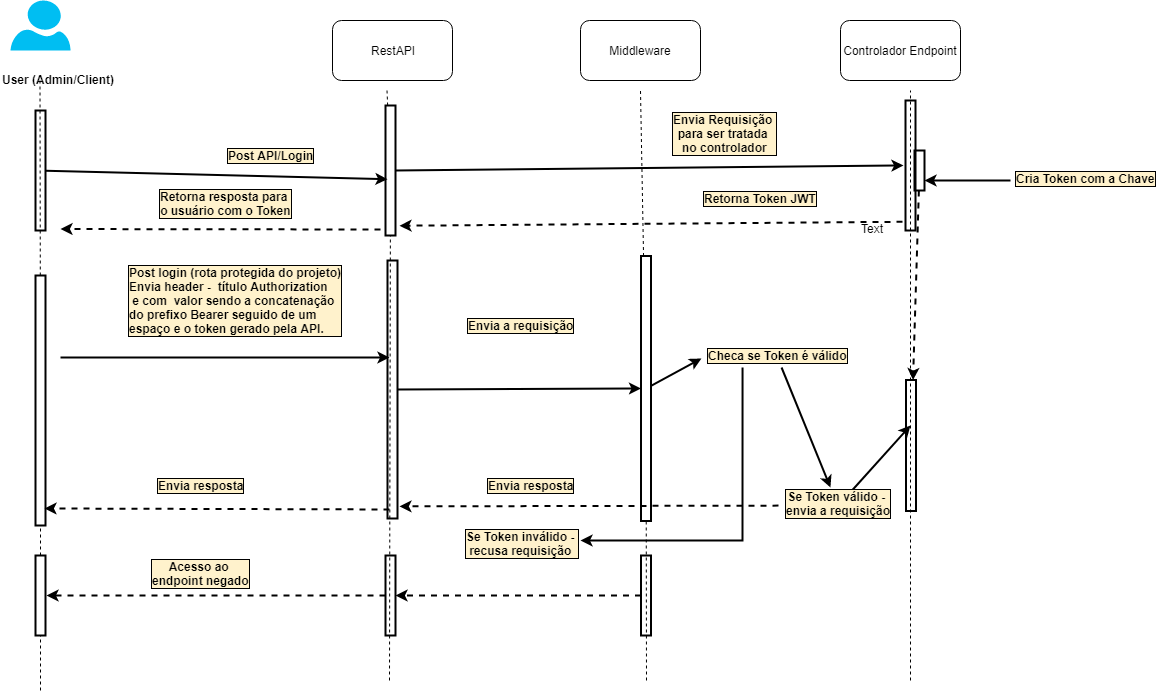
The draw.io diagram img/auth_diagram.png in tainahemmanuele/gatinhamisterio, before a commit. Source tidied: cells renumbered, new cells last; positions are measured from the earlier drawing's top-left corner, leaving out a move shared by most shapes.
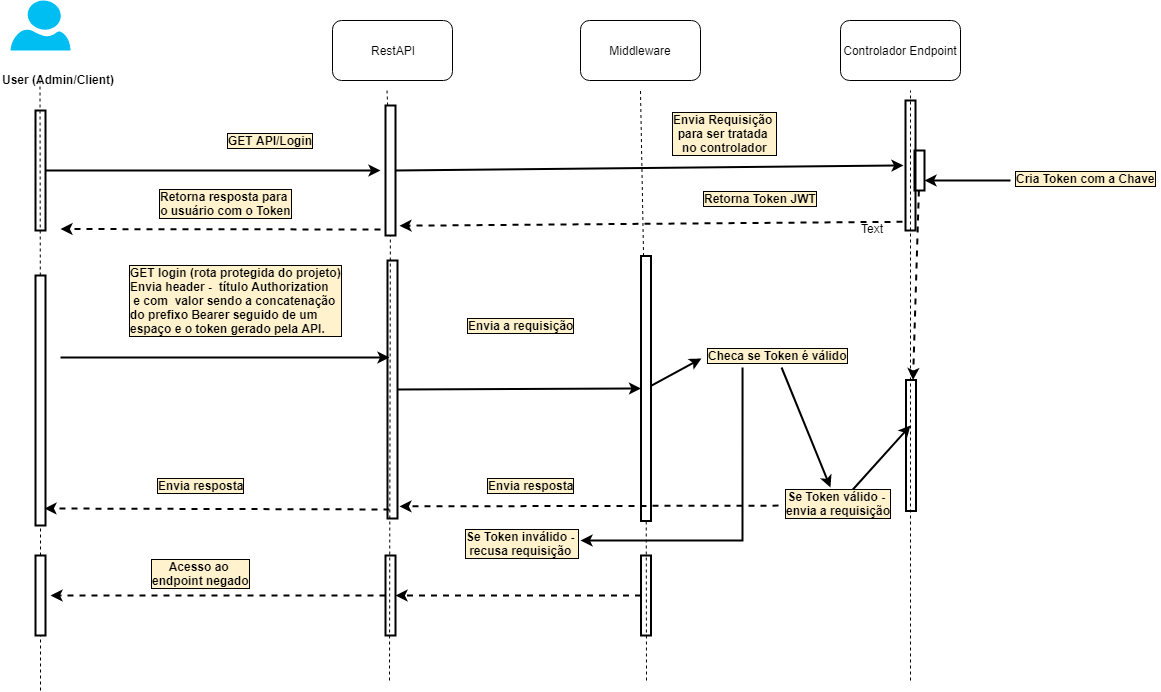
The same file after the commit.

Commit message:
Correção diagrama de autenticação

Diff of the diagram source:
```diff
@@ -53,7 +53,7 @@
     <mxCell id="15" value="&lt;b&gt;Retorna resposta para &lt;br&gt;o usuário com o Token&lt;/b&gt;" style="text;html=1;align=center;verticalAlign=middle;spacingTop=-4;labelBackgroundColor=#FFF2CC;labelBorderColor=#000000;strokeColor=none;dashed=1;shadow=0;" parent="1" vertex="1">
       <mxGeometry x="235" y="190" width="150" height="30" as="geometry" />
     </mxCell>
-    <mxCell id="16" value="&lt;div style=&quot;text-align: justify&quot;&gt;&lt;b&gt;Post login (rota protegida do projeto)&lt;/b&gt;&lt;/div&gt;&lt;b&gt;&lt;div style=&quot;text-align: justify&quot;&gt;&lt;b&gt;Envia header -&amp;nbsp; título Authorization&lt;/b&gt;&lt;/div&gt;&lt;div style=&quot;text-align: justify&quot;&gt;&lt;b&gt;&amp;nbsp;e&amp;nbsp;&lt;/b&gt;&lt;b&gt;com&amp;nbsp;&amp;nbsp;&lt;/b&gt;&lt;b&gt;valor sendo a&amp;nbsp;&lt;/b&gt;&lt;b&gt;concatenação&amp;nbsp;&lt;/b&gt;&lt;/div&gt;&lt;div style=&quot;text-align: justify&quot;&gt;&lt;b&gt;do prefixo&lt;/b&gt;&lt;b&gt;&amp;nbsp;Bearer&amp;nbsp;&lt;/b&gt;&lt;b&gt;seguido de um&amp;nbsp;&lt;/b&gt;&lt;/div&gt;&lt;div style=&quot;text-align: justify&quot;&gt;&lt;b&gt;espaço e o token gerado pela API.&lt;/b&gt;&lt;/div&gt;&lt;/b&gt;" style="text;html=1;align=center;verticalAlign=middle;spacingTop=-4;labelBackgroundColor=#FFF2CC;labelBorderColor=#000000;strokeColor=none;dashed=1;shadow=0;" parent="1" vertex="1">
+    <mxCell id="16" value="&lt;div style=&quot;text-align: justify&quot;&gt;&lt;b&gt;GET login (rota protegida do projeto)&lt;/b&gt;&lt;/div&gt;&lt;b&gt;&lt;div style=&quot;text-align: justify&quot;&gt;&lt;b&gt;Envia header -&amp;nbsp; título Authorization&lt;/b&gt;&lt;/div&gt;&lt;div style=&quot;text-align: justify&quot;&gt;&lt;b&gt;&amp;nbsp;e&amp;nbsp;&lt;/b&gt;&lt;b&gt;com&amp;nbsp;&amp;nbsp;&lt;/b&gt;&lt;b&gt;valor sendo a&amp;nbsp;&lt;/b&gt;&lt;b&gt;concatenação&amp;nbsp;&lt;/b&gt;&lt;/div&gt;&lt;div style=&quot;text-align: justify&quot;&gt;&lt;b&gt;do prefixo&lt;/b&gt;&lt;b&gt;&amp;nbsp;Bearer&amp;nbsp;&lt;/b&gt;&lt;b&gt;seguido de um&amp;nbsp;&lt;/b&gt;&lt;/div&gt;&lt;div style=&quot;text-align: justify&quot;&gt;&lt;b&gt;espaço e o token gerado pela API.&lt;/b&gt;&lt;/div&gt;&lt;/b&gt;" style="text;html=1;align=center;verticalAlign=middle;spacingTop=-4;labelBackgroundColor=#FFF2CC;labelBorderColor=#000000;strokeColor=none;dashed=1;shadow=0;" parent="1" vertex="1">
       <mxGeometry x="205" y="267" width="230" height="70" as="geometry" />
     </mxCell>
     <mxCell id="17" value="&lt;b&gt;Envia a requisição&lt;/b&gt;" style="text;html=1;align=center;verticalAlign=middle;spacingTop=-4;labelBackgroundColor=#FFF2CC;labelBorderColor=#000000;strokeColor=none;dashed=1;shadow=0;" parent="1" vertex="1">
@@ -91,8 +91,10 @@
     <mxCell id="26" value="&lt;b&gt;Acesso ao &lt;br&gt;endpoint negado&lt;/b&gt;" style="text;html=1;align=center;verticalAlign=middle;spacingTop=-4;labelBackgroundColor=#FFF2CC;labelBorderColor=#000000;strokeColor=none;dashed=1;shadow=0;" parent="1" vertex="1">
       <mxGeometry x="230" y="560" width="110" height="30" as="geometry" />
     </mxCell>
-    <mxCell id="27" style="edgeStyle=none;rounded=0;jettySize=auto;html=1;strokeColor=#000000;strokeWidth=2;entryX=0.567;entryY=0.8;entryDx=0;entryDy=0;entryPerimeter=0;" parent="1" edge="1" source="28" target="30">
-      <mxGeometry relative="1" as="geometry" />
+    <mxCell id="27" style="edgeStyle=none;rounded=0;jettySize=auto;html=1;strokeColor=#000000;strokeWidth=2;" parent="1" edge="1" source="28">
+      <mxGeometry relative="1" as="geometry">
+        <mxPoint x="465" y="170" as="targetPoint" />
+      </mxGeometry>
     </mxCell>
     <mxCell id="28" style="rounded=0;whiteSpace=wrap;html=1;shadow=0;labelBackgroundColor=#ffffff;strokeColor=#000000;fillColor=none;rotation=90;strokeWidth=2;" parent="1" vertex="1">
       <mxGeometry x="65" y="165" width="120" height="10" as="geometry" />
@@ -139,8 +141,8 @@
     <mxCell id="40" style="rounded=0;whiteSpace=wrap;html=1;shadow=0;labelBackgroundColor=#ffffff;strokeColor=#000000;fillColor=none;rotation=90;strokeWidth=2;" parent="1" vertex="1">
       <mxGeometry x="930" y="440" width="131" height="10" as="geometry" />
     </mxCell>
-    <mxCell id="41" value="&lt;b&gt;Post API/Login&lt;/b&gt;" style="text;html=1;align=left;verticalAlign=top;spacingTop=-4;labelBackgroundColor=#FFF2CC;labelBorderColor=#000000;" parent="1" vertex="1">
-      <mxGeometry x="310" y="145" width="100" height="20" as="geometry" />
+    <mxCell id="41" value="&lt;b&gt;GET API/Login&lt;/b&gt;" style="text;html=1;align=left;verticalAlign=top;spacingTop=-4;labelBackgroundColor=#FFF2CC;labelBorderColor=#000000;" parent="1" vertex="1">
+      <mxGeometry x="310" y="130" width="100" height="20" as="geometry" />
     </mxCell>
     <mxCell id="42" style="edgeStyle=none;rounded=0;orthogonalLoop=1;jettySize=auto;html=1;entryX=0.5;entryY=1;entryDx=0;entryDy=0;strokeColor=#000000;strokeWidth=2;" parent="1" edge="1" source="35" target="35">
       <mxGeometry relative="1" as="geometry" />
@@ -188,9 +190,9 @@
         <mxPoint x="125" y="690" as="sourcePoint" />
       </mxGeometry>
     </mxCell>
-    <mxCell id="55" style="edgeStyle=none;rounded=0;jettySize=auto;html=1;dashed=1;strokeColor=#000000;strokeWidth=2;" parent="1" edge="1" source="56">
+    <mxCell id="55" style="edgeStyle=none;rounded=0;jettySize=auto;html=1;dashed=1;strokeColor=#000000;strokeWidth=2;exitX=0.5;exitY=1;exitDx=0;exitDy=0;" parent="1" edge="1" source="56">
       <mxGeometry relative="1" as="geometry">
-        <mxPoint x="145" y="609" as="targetPoint" />
+        <mxPoint x="135" y="595" as="targetPoint" />
       </mxGeometry>
     </mxCell>
     <mxCell id="56" style="rounded=0;whiteSpace=wrap;html=1;shadow=0;labelBackgroundColor=#ffffff;strokeColor=#000000;fillColor=none;rotation=90;strokeWidth=2;" parent="1" vertex="1">
```
